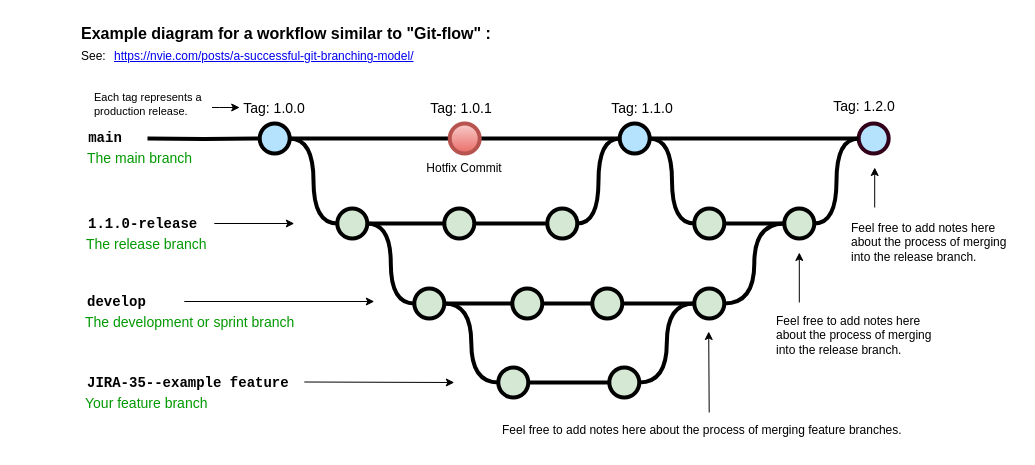
Earlier version of the draw.io diagram page "complex gitflow" (1 of 2) of bugs/未命名绘图.drawio (byte4sec/1000php). Source tidied: cells renumbered, new cells numbered last; positions are measured from the earlier drawing's top-left corner, leaving out a move shared by most shapes. Both pictures are drawn from the tidied source at 100%, with x=0, y=0 at pixel (79, 17).
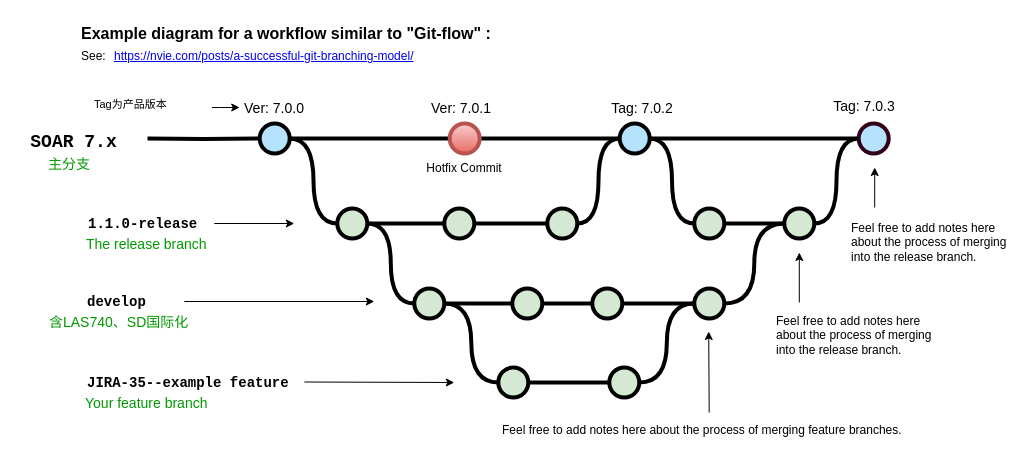
After the change.

Commit message:
更新未命名绘图.drawio

Diff of the diagram source:
```diff
@@
-    <mxCell id="11" value="main" style="text;html=1;strokeColor=none;fillColor=none;align=center;verticalAlign=middle;whiteSpace=wrap;overflow=hidden;fontSize=14;fontStyle=1;fontFamily=Courier New;" parent="1" vertex="1">
-      <mxGeometry x="1" y="100" width="50" height="42" as="geometry" />
+    <mxCell id="11" value="&lt;h1 style=&quot;font-size: 18px;&quot;&gt;SOAR 7.x&lt;/h1&gt;" style="text;html=1;strokeColor=none;fillColor=none;align=center;verticalAlign=middle;whiteSpace=wrap;overflow=hidden;fontSize=18;fontStyle=1;fontFamily=Courier New;" parent="1" vertex="1">
+      <mxGeometry x="-62" y="100" width="113" height="42" as="geometry" />
     </mxCell>
@@
-    <mxCell id="35" value="The development or sprint branch" style="text;html=1;strokeColor=none;fillColor=none;align=left;verticalAlign=middle;whiteSpace=wrap;overflow=hidden;fontSize=14;fontStyle=0;fontColor=#009900;" parent="1" vertex="1">
-      <mxGeometry x="3.8" y="294" width="240" height="20" as="geometry" />
+    <mxCell id="35" value="含LAS740、SD国际化" style="text;html=1;strokeColor=none;fillColor=none;align=left;verticalAlign=middle;whiteSpace=wrap;overflow=hidden;fontSize=14;fontStyle=0;fontColor=#009900;" parent="1" vertex="1">
+      <mxGeometry x="-32" y="294" width="240" height="20" as="geometry" />
     </mxCell>
@@
-    <mxCell id="38" value="The main branch&lt;br&gt;" style="text;html=1;strokeColor=none;fillColor=none;align=left;verticalAlign=middle;whiteSpace=wrap;overflow=hidden;fontSize=14;fontStyle=0;fontColor=#009900;" parent="1" vertex="1">
-      <mxGeometry x="6.2" y="130" width="146.8" height="20" as="geometry" />
+    <mxCell id="38" value="主分支" style="text;html=1;strokeColor=none;fillColor=none;align=left;verticalAlign=middle;whiteSpace=wrap;overflow=hidden;fontSize=14;fontStyle=0;fontColor=#009900;" parent="1" vertex="1">
+      <mxGeometry x="-32.9" y="136" width="54.8" height="20" as="geometry" />
     </mxCell>
@@
-    <mxCell id="42" value="Tag: 1.1.0" style="text;html=1;strokeColor=none;fillColor=none;align=center;verticalAlign=middle;whiteSpace=wrap;overflow=hidden;fontSize=14;" parent="1" vertex="1">
+    <mxCell id="42" value="Tag: 7.0.2" style="text;html=1;strokeColor=none;fillColor=none;align=center;verticalAlign=middle;whiteSpace=wrap;overflow=hidden;fontSize=14;" parent="1" vertex="1">
       <mxGeometry x="508.2" y="80" width="110" height="20" as="geometry" />
     </mxCell>
-    <mxCell id="43" value="Tag: 1.0.0" style="text;html=1;strokeColor=none;fillColor=none;align=center;verticalAlign=middle;whiteSpace=wrap;overflow=hidden;fontSize=14;" parent="1" vertex="1">
+    <mxCell id="43" value="Ver: 7.0.0" style="text;html=1;strokeColor=none;fillColor=none;align=center;verticalAlign=middle;whiteSpace=wrap;overflow=hidden;fontSize=14;" parent="1" vertex="1">
       <mxGeometry x="160.2" y="80" width="70" height="20" as="geometry" />
     </mxCell>
@@
-    <mxCell id="48" value="Tag: 1.2.0" style="text;html=1;strokeColor=none;fillColor=none;align=center;verticalAlign=middle;whiteSpace=wrap;overflow=hidden;fontSize=14;" parent="1" vertex="1">
+    <mxCell id="48" value="Tag: 7.0.3" style="text;html=1;strokeColor=none;fillColor=none;align=center;verticalAlign=middle;whiteSpace=wrap;overflow=hidden;fontSize=14;" parent="1" vertex="1">
       <mxGeometry x="730.2" y="78" width="110" height="20" as="geometry" />
     </mxCell>
@@
-    <mxCell id="54" value="&lt;span style=&quot;text-align: center; font-size: 11px;&quot;&gt;Each tag represents a production release.&lt;/span&gt;" style="text;html=1;strokeColor=none;fillColor=none;align=left;verticalAlign=middle;whiteSpace=wrap;overflow=hidden;fontSize=11;fontStyle=0;fontColor=#000000;" parent="1" vertex="1">
+    <mxCell id="54" value="&lt;span style=&quot;text-align: center; font-size: 11px;&quot;&gt;Tag为产品版本&lt;/span&gt;" style="text;html=1;strokeColor=none;fillColor=none;align=left;verticalAlign=middle;whiteSpace=wrap;overflow=hidden;fontSize=11;fontStyle=0;fontColor=#000000;" parent="1" vertex="1">
       <mxGeometry x="12.5" y="68" width="120" height="38" as="geometry" />
     </mxCell>
@@
-    <mxCell id="62" value="Tag: 1.0.1" style="text;html=1;strokeColor=none;fillColor=none;align=center;verticalAlign=middle;whiteSpace=wrap;overflow=hidden;fontSize=14;" parent="1" vertex="1">
+    <mxCell id="62" value="Ver: 7.0.1" style="text;html=1;strokeColor=none;fillColor=none;align=center;verticalAlign=middle;whiteSpace=wrap;overflow=hidden;fontSize=14;" parent="1" vertex="1">
       <mxGeometry x="346.5" y="80" width="70" height="20" as="geometry" />
     </mxCell>
```
